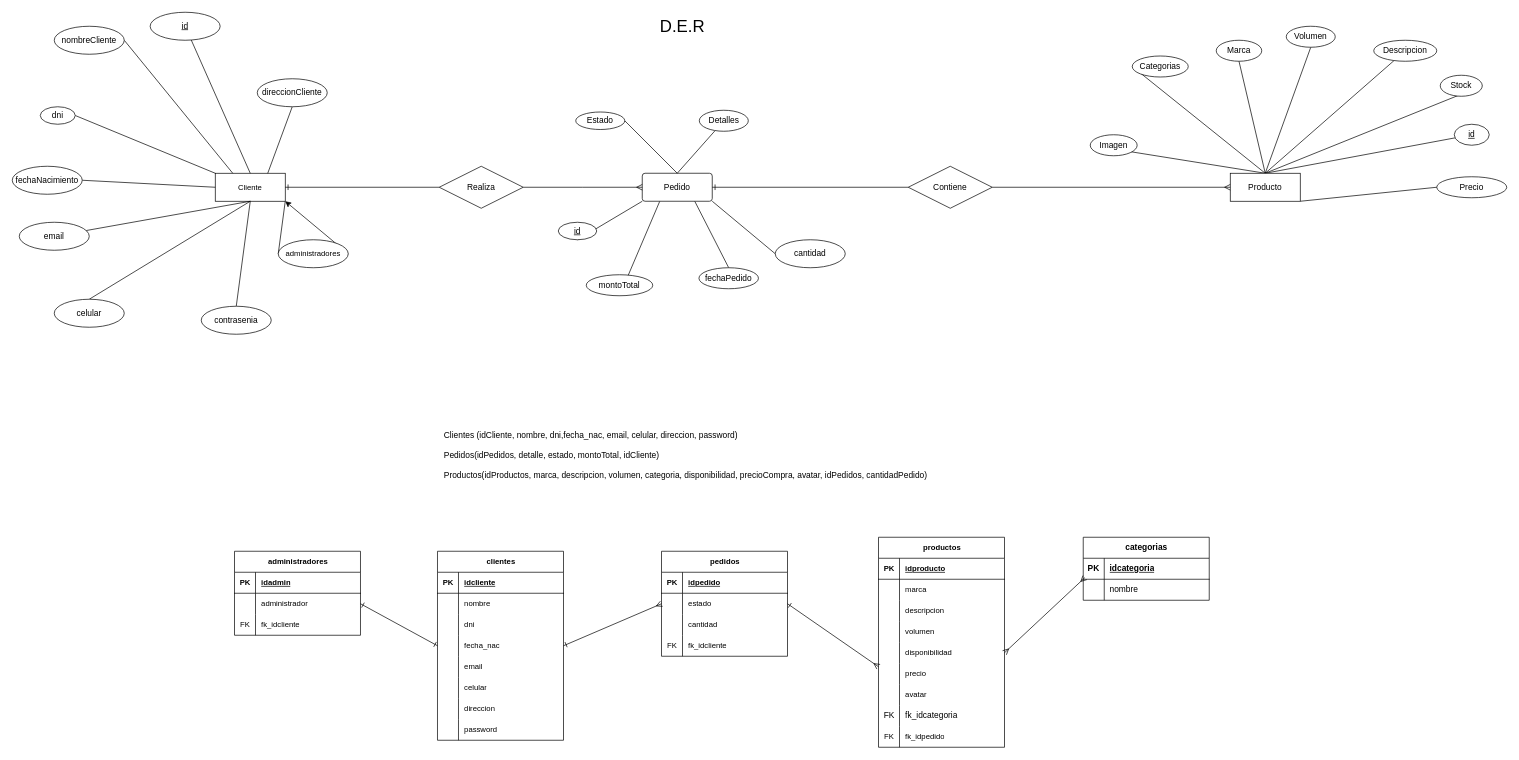
Earlier version of the draw.io diagram script - base de datos/base de datos.drawio (Martin3jo/Grupo_3_DHComerce). Source tidied: cells renumbered, new cells numbered last; positions are measured from the earlier drawing's top-left corner, leaving out a move shared by most shapes. Both pictures are drawn from the tidied source at 70%, with x=0, y=0 at pixel (12, 12).
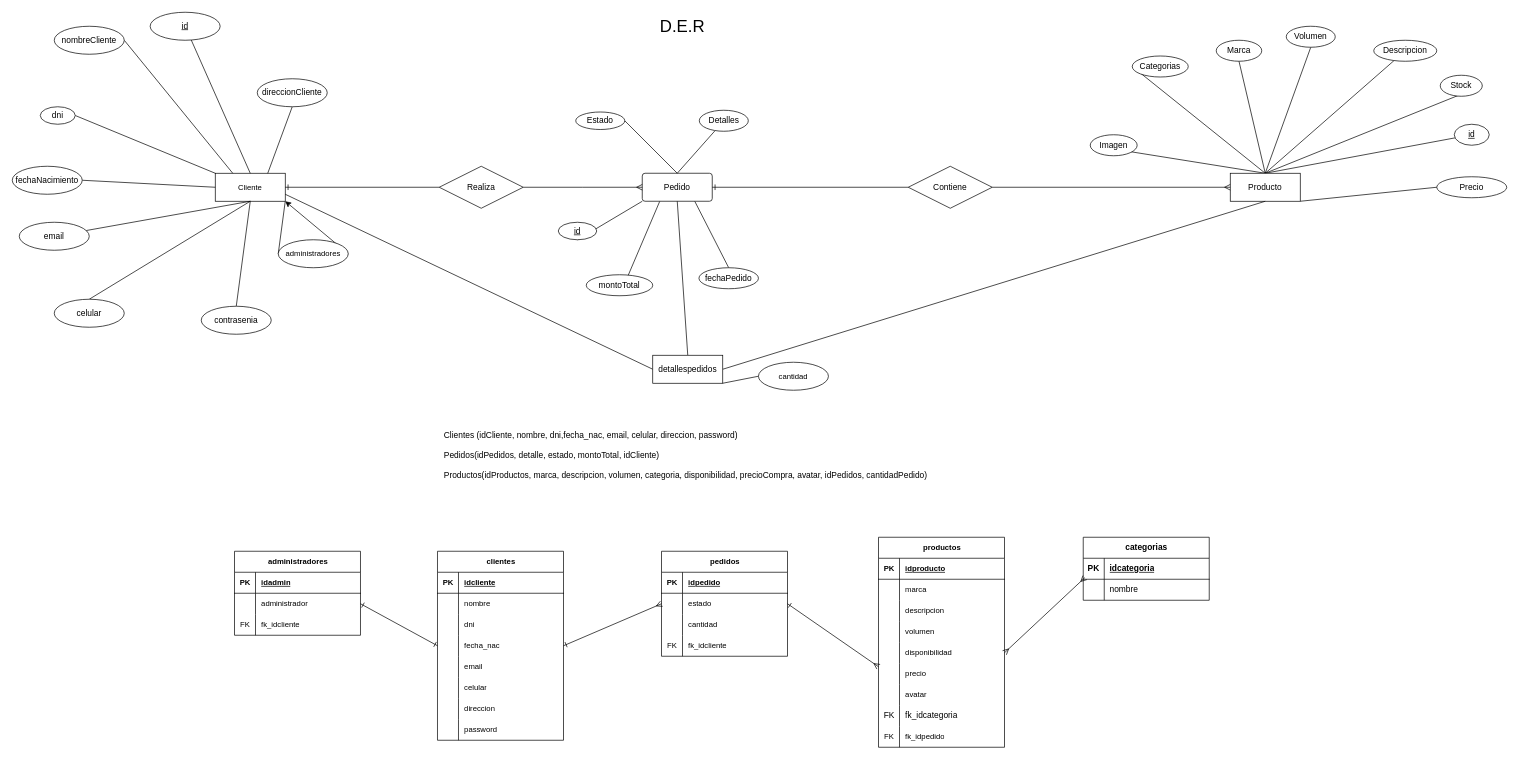
After the change.

Unchanged cells that the change refers to:
```xml
<mxCell id="9" value="Pedido" style="rounded=1;arcSize=10;whiteSpace=wrap;html=1;align=center;" parent="1" vertex="1">
  <mxGeometry x="900" y="230" width="100" height="40" as="geometry" />
</mxCell>
<mxCell id="21" value="Cliente" style="whiteSpace=wrap;html=1;align=center;fontFamily=Helvetica;fontSize=11;fontColor=default;" parent="1" vertex="1">
  <mxGeometry x="290" y="230" width="100" height="40" as="geometry" />
</mxCell>
<mxCell id="49" value="Producto" style="whiteSpace=wrap;html=1;align=center;" parent="1" vertex="1">
  <mxGeometry x="1740" y="230" width="100" height="40" as="geometry" />
</mxCell>
```

Diff of the diagram source:
```diff
@@
-    <mxCell id="44" style="rounded=0;jettySize=auto;html=1;exitX=0;exitY=0.5;exitDx=0;exitDy=0;entryX=1;entryY=1;entryDx=0;entryDy=0;endArrow=none;endFill=0;" parent="1" edge="1" source="45" target="9">
-      <mxGeometry relative="1" as="geometry" />
-    </mxCell>
-    <mxCell id="45" value="&lt;font style=&quot;font-size: 12px;&quot;&gt;cantidad&lt;/font&gt;" style="ellipse;whiteSpace=wrap;html=1;align=center;fontFamily=Helvetica;fontSize=11;fontColor=default;" parent="1" vertex="1">
-      <mxGeometry x="1090" y="325" width="100" height="40" as="geometry" />
-    </mxCell>
@@
+    <mxCell id="147" style="rounded=0;jettySize=auto;html=1;exitX=1;exitY=0.5;exitDx=0;exitDy=0;entryX=0.5;entryY=1;entryDx=0;entryDy=0;endArrow=none;endFill=0;" parent="1" edge="1" source="150" target="49">
+      <mxGeometry relative="1" as="geometry" />
+    </mxCell>
+    <mxCell id="148" style="rounded=0;jettySize=auto;html=1;exitX=0.5;exitY=0;exitDx=0;exitDy=0;entryX=0.5;entryY=1;entryDx=0;entryDy=0;endArrow=none;endFill=0;" parent="1" edge="1" source="150" target="9">
+      <mxGeometry relative="1" as="geometry" />
+    </mxCell>
+    <mxCell id="149" style="edgeStyle=none;rounded=0;jettySize=auto;html=1;exitX=0;exitY=0.5;exitDx=0;exitDy=0;entryX=1;entryY=0.75;entryDx=0;entryDy=0;strokeColor=default;align=center;verticalAlign=middle;fontFamily=Helvetica;fontSize=11;fontColor=default;labelBackgroundColor=default;endArrow=none;endFill=0;" parent="1" edge="1" source="150" target="21">
+      <mxGeometry relative="1" as="geometry" />
+    </mxCell>
+    <mxCell id="150" value="detallespedidos" style="whiteSpace=wrap;html=1;align=center;" parent="1" vertex="1">
+      <mxGeometry x="915" y="490" width="100" height="40" as="geometry" />
+    </mxCell>
+    <mxCell id="151" style="edgeStyle=none;rounded=0;jettySize=auto;html=1;exitX=0;exitY=0.5;exitDx=0;exitDy=0;entryX=1;entryY=1;entryDx=0;entryDy=0;strokeColor=default;align=center;verticalAlign=middle;fontFamily=Helvetica;fontSize=11;fontColor=default;labelBackgroundColor=default;endArrow=none;endFill=0;" parent="1" edge="1" source="45" target="150">
+      <mxGeometry relative="1" as="geometry" />
+    </mxCell>
+    <mxCell id="45" value="cantidad" style="ellipse;whiteSpace=wrap;html=1;align=center;fontFamily=Helvetica;fontSize=11;fontColor=default;labelBackgroundColor=default;" parent="1" vertex="1">
+      <mxGeometry x="1066" y="500" width="100" height="40" as="geometry" />
+    </mxCell>
```
